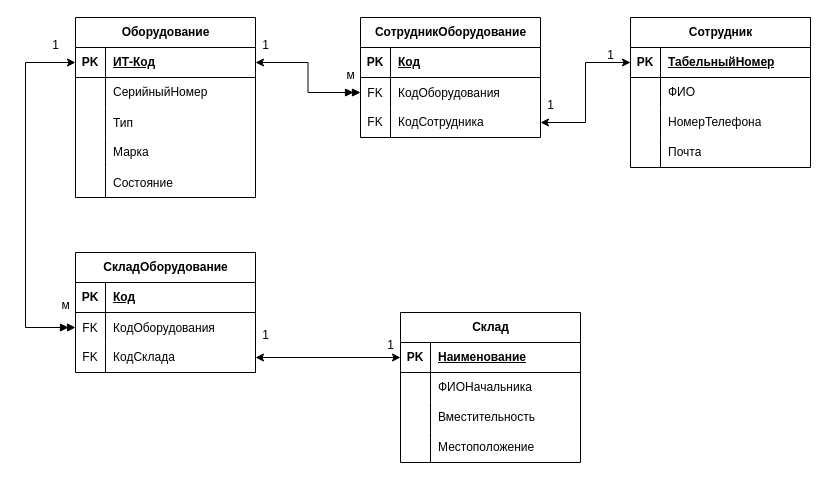
Before: page "1норм" (2 of 2) of Диаграмма без названия.drawio in Vlad-Efremovv/practice, a draw.io diagram. Source tidied: cells renumbered, new cells numbered last; positions are measured from the earlier drawing's top-left corner, leaving out a move shared by most shapes. Both pictures are drawn from the tidied source at 100%, with x=0, y=0 at pixel (25, 17).
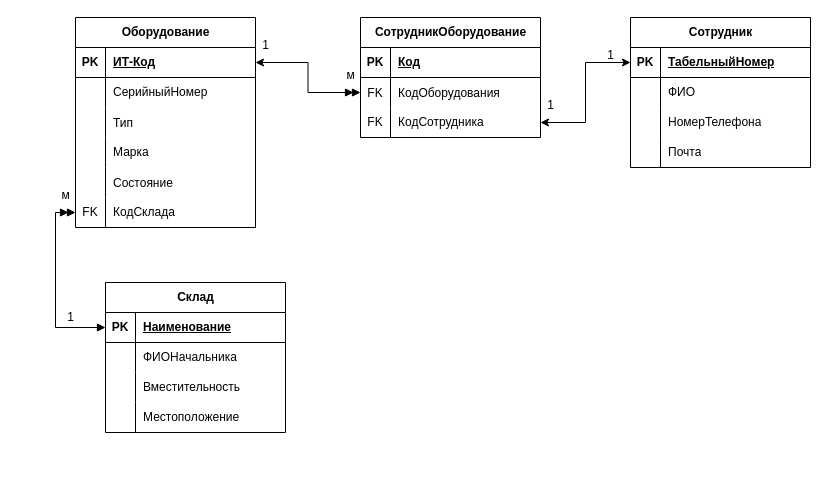
Above is the later version.

The change refers to these unchanged cells:
```xml
<mxCell id="3" style="shape=tableRow;horizontal=0;startSize=0;swimlaneHead=0;swimlaneBody=0;fillColor=none;points=[[0,0.5],[1,0.5]];portConstraint=eastwest;top=0;left=0;right=0;bottom=1;" parent="2" vertex="1">
  <mxGeometry y="30" width="180" height="30" as="geometry" />
</mxCell>
<mxCell id="32" style="shape=tableRow;horizontal=0;startSize=0;swimlaneHead=0;swimlaneBody=0;fillColor=none;points=[[0,0.5],[1,0.5]];portConstraint=eastwest;top=0;left=0;right=0;bottom=1;" parent="31" vertex="1">
  <mxGeometry y="30" width="180" height="30" as="geometry" />
</mxCell>
```

The edit, as a diff of the source:
```diff
@@
     <mxCell id="2" value="Оборудование" style="shape=table;startSize=30;childLayout=tableLayout;rowLines=0;fontStyle=1;align=center;html=1;" parent="1" vertex="1">
-      <mxGeometry x="50" width="180" height="180" as="geometry" />
+      <mxGeometry x="50" width="180" height="210" as="geometry" />
     </mxCell>
@@
+    <mxCell id="76" style="shape=tableRow;horizontal=0;startSize=0;swimlaneHead=0;swimlaneBody=0;fillColor=none;points=[[0,0.5],[1,0.5]];portConstraint=eastwest;top=0;left=0;right=0;bottom=0;" parent="2" vertex="1">
+      <mxGeometry y="180" width="180" height="30" as="geometry" />
+    </mxCell>
+    <mxCell id="77" value="FK" style="shape=partialRectangle;fillColor=none;top=0;left=0;bottom=0;right=0;fontStyle=0;overflow=hidden;whiteSpace=wrap;html=1;" parent="76" vertex="1">
+      <mxGeometry width="30" height="30" as="geometry" />
+    </mxCell>
+    <mxCell id="53" value="КодСклада" style="shape=partialRectangle;fillColor=none;top=0;left=0;bottom=0;right=0;align=left;spacingLeft=6;fontStyle=0;overflow=hidden;whiteSpace=wrap;html=1;" parent="76" vertex="1">
+      <mxGeometry x="30" width="150" height="30" as="geometry" />
+    </mxCell>
@@
     <mxCell id="31" value="Склад" style="shape=table;startSize=30;childLayout=tableLayout;rowLines=0;fontStyle=1;align=center;html=1;" parent="1" vertex="1">
-      <mxGeometry x="375" y="295" width="180" height="150" as="geometry" />
+      <mxGeometry x="80" y="265" width="180" height="150" as="geometry" />
     </mxCell>
@@
-    <mxCell id="44" value="СкладОборудование" style="shape=table;startSize=30;childLayout=tableLayout;rowLines=0;fontStyle=1;align=center;html=1;" parent="1" vertex="1">
-      <mxGeometry x="50" y="235" width="180" height="120" as="geometry" />
-    </mxCell>
-    <mxCell id="45" style="shape=tableRow;horizontal=0;startSize=0;swimlaneHead=0;swimlaneBody=0;fillColor=none;top=0;left=0;right=0;bottom=1;" parent="44" vertex="1">
-      <mxGeometry y="30" width="180" height="30" as="geometry" />
-    </mxCell>
-    <mxCell id="46" value="PK" style="shape=partialRectangle;fillColor=none;top=0;left=0;bottom=0;right=0;fontStyle=1;overflow=hidden;whiteSpace=wrap;html=1;" parent="45" vertex="1">
-      <mxGeometry width="30" height="30" as="geometry" />
-    </mxCell>
-    <mxCell id="47" value="Код" style="shape=partialRectangle;fillColor=none;top=0;left=0;bottom=0;right=0;align=left;spacingLeft=6;fontStyle=5;overflow=hidden;whiteSpace=wrap;html=1;" parent="45" vertex="1">
-      <mxGeometry x="30" width="150" height="30" as="geometry" />
-    </mxCell>
-    <mxCell id="48" style="shape=tableRow;horizontal=0;startSize=0;swimlaneHead=0;swimlaneBody=0;fillColor=none;points=[[0,0.5],[1,0.5]];portConstraint=eastwest;top=0;left=0;right=0;bottom=0;" parent="44" vertex="1">
-      <mxGeometry y="60" width="180" height="30" as="geometry" />
-    </mxCell>
-    <mxCell id="49" value="FK" style="shape=partialRectangle;fillColor=none;top=0;left=0;bottom=0;right=0;overflow=hidden;" parent="48" vertex="1">
-      <mxGeometry width="30" height="30" as="geometry" />
-    </mxCell>
-    <mxCell id="50" value="КодОборудования" style="shape=partialRectangle;fillColor=none;top=0;left=0;bottom=0;right=0;align=left;spacingLeft=6;overflow=hidden;" parent="48" vertex="1">
-      <mxGeometry x="30" width="150" height="30" as="geometry" />
-    </mxCell>
-    <mxCell id="51" style="shape=tableRow;horizontal=0;startSize=0;swimlaneHead=0;swimlaneBody=0;fillColor=none;points=[[0,0.5],[1,0.5]];portConstraint=eastwest;top=0;left=0;right=0;bottom=0;" parent="44" vertex="1">
-      <mxGeometry y="90" width="180" height="30" as="geometry" />
-    </mxCell>
-    <mxCell id="52" value="FK" style="shape=partialRectangle;fillColor=none;top=0;left=0;bottom=0;right=0;overflow=hidden;whiteSpace=wrap;html=1;" parent="51" vertex="1">
-      <mxGeometry width="30" height="30" as="geometry" />
-    </mxCell>
-    <mxCell id="53" value="КодСклада" style="shape=partialRectangle;fillColor=none;top=0;left=0;bottom=0;right=0;align=left;spacingLeft=6;overflow=hidden;whiteSpace=wrap;html=1;" parent="51" vertex="1">
-      <mxGeometry x="30" width="150" height="30" as="geometry" />
-    </mxCell>
-    <mxCell id="54" style="edgeStyle=orthogonalEdgeStyle;rounded=0;jettySize=auto;html=1;exitX=0;exitY=0.5;exitDx=0;exitDy=0;entryX=0;entryY=0.5;entryDx=0;entryDy=0;startArrow=classic;startFill=1;endArrow=doubleBlock;endFill=1;" parent="1" edge="1" source="3" target="48">
-      <mxGeometry relative="1" as="geometry">
-        <Array as="points">
-          <mxPoint y="45" />
-          <mxPoint y="310" />
-        </Array>
-      </mxGeometry>
-    </mxCell>
-    <mxCell id="55" style="edgeStyle=orthogonalEdgeStyle;rounded=0;jettySize=auto;html=1;entryX=1;entryY=0.5;entryDx=0;entryDy=0;startArrow=classic;startFill=1;endArrow=classic;endFill=1;" parent="1" edge="1" source="32" target="51">
+    <mxCell id="55" style="edgeStyle=orthogonalEdgeStyle;rounded=0;jettySize=auto;html=1;entryX=0;entryY=0.5;entryDx=0;entryDy=0;startArrow=block;startFill=1;endArrow=doubleBlock;endFill=1;" parent="1" edge="1" source="32" target="76">
       <mxGeometry relative="1" as="geometry" />
     </mxCell>
-    <mxCell id="56" value="1" style="text;html=1;align=center;verticalAlign=middle;strokeColor=none;fillColor=none;" parent="1" vertex="1">
-      <mxGeometry x="15" y="13" width="30" height="30" as="geometry" />
-    </mxCell>
-    <mxCell id="57" value="м" style="text;html=1;align=center;verticalAlign=middle;strokeColor=none;fillColor=none;" parent="1" vertex="1">
-      <mxGeometry x="25" y="273" width="30" height="30" as="geometry" />
-    </mxCell>
-    <mxCell id="58" value="1" style="text;html=1;align=center;verticalAlign=middle;strokeColor=none;fillColor=none;" parent="1" vertex="1">
-      <mxGeometry x="225" y="303" width="30" height="30" as="geometry" />
-    </mxCell>
     <mxCell id="59" value="1" style="text;html=1;align=center;verticalAlign=middle;strokeColor=none;fillColor=none;" parent="1" vertex="1">
-      <mxGeometry x="350" y="313" width="30" height="30" as="geometry" />
+      <mxGeometry x="30" y="285" width="30" height="30" as="geometry" />
     </mxCell>
@@
+    <mxCell id="57" value="м" style="text;html=1;align=center;verticalAlign=middle;strokeColor=none;fillColor=none;" parent="1" vertex="1">
+      <mxGeometry x="25" y="163" width="30" height="30" as="geometry" />
+    </mxCell>
```
